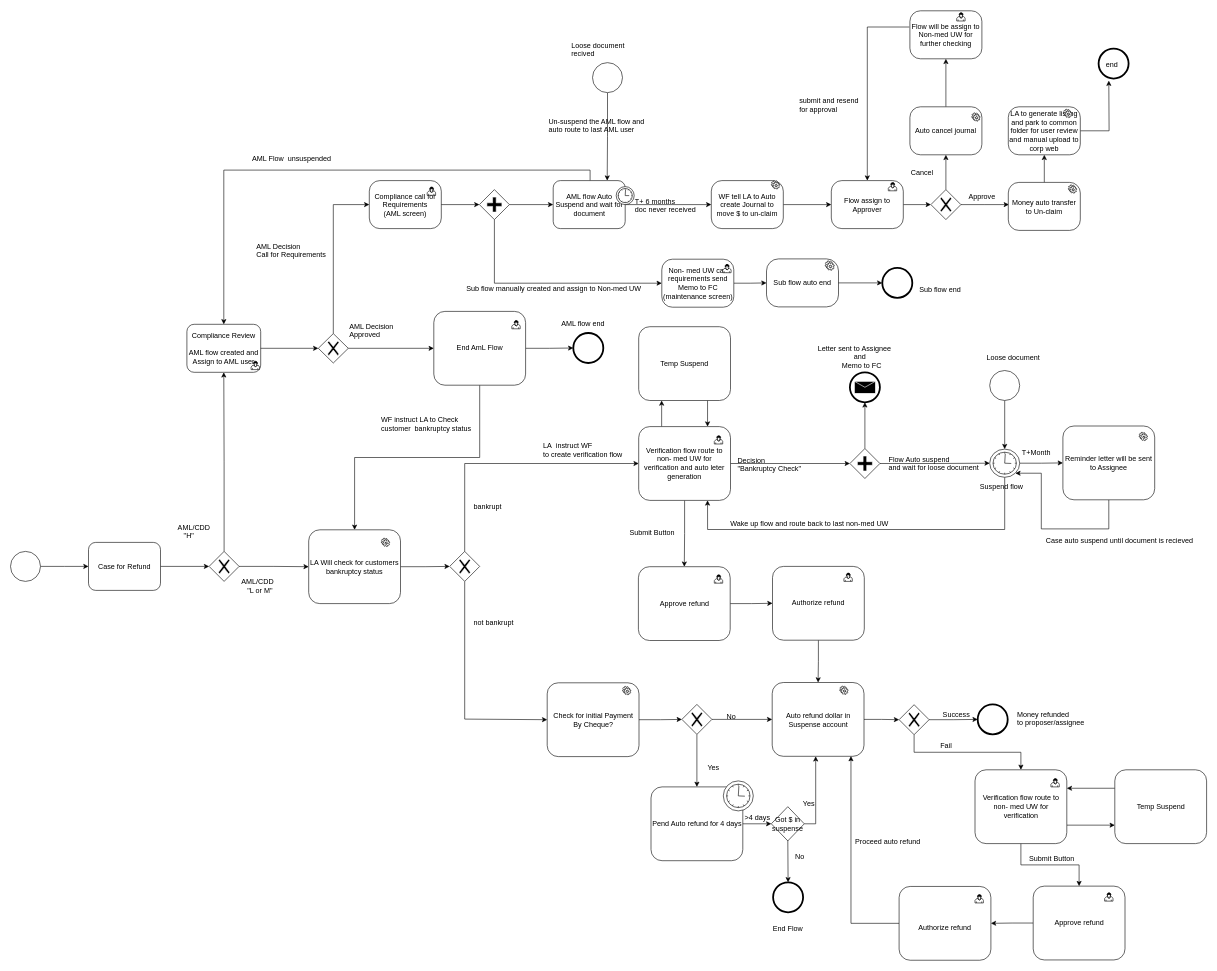
Before: page "Refund" (11 of 13) of Jeff.drawio in Jefferzonlee/WorkFlow-BPR, a draw.io diagram. Source tidied: cells renumbered, new cells numbered last; positions are measured from the earlier drawing's top-left corner, leaving out a move shared by most shapes. Both pictures are drawn from the tidied source at 60%, with x=0, y=0 at pixel (10, 10).
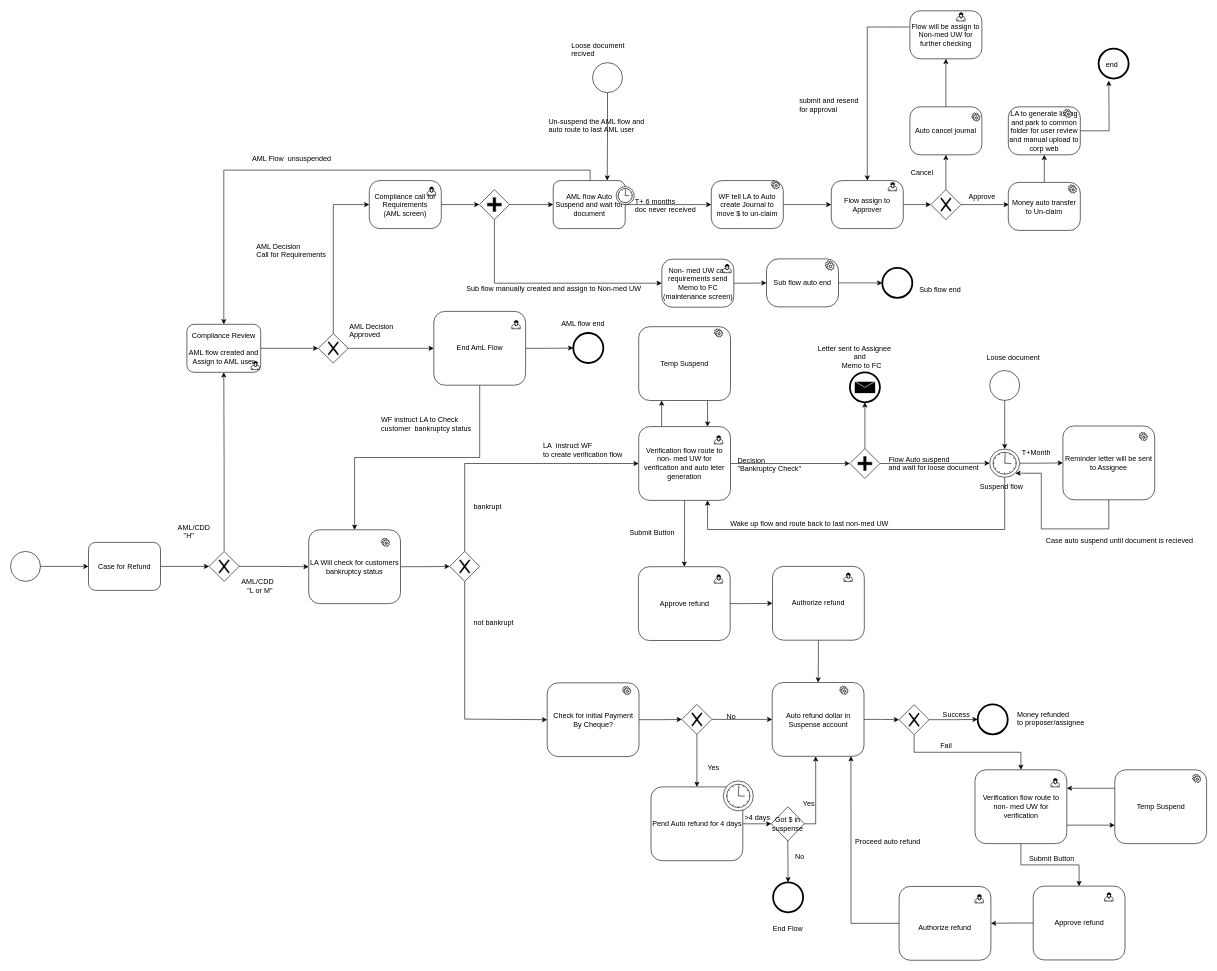
The same diagram, later.

Diff of the diagram source:
```diff
@@
+    <mxCell id="164" style="shape=mxgraph.bpmn.service_task;html=1;" parent="1" vertex="1">
+      <mxGeometry x="1173" y="530.4" width="14" height="14" as="geometry" />
+    </mxCell>
+    <mxCell id="165" style="shape=mxgraph.bpmn.service_task;html=1;" parent="1" vertex="1">
+      <mxGeometry x="1970" y="1272.9" width="14" height="14" as="geometry" />
+    </mxCell>
```
